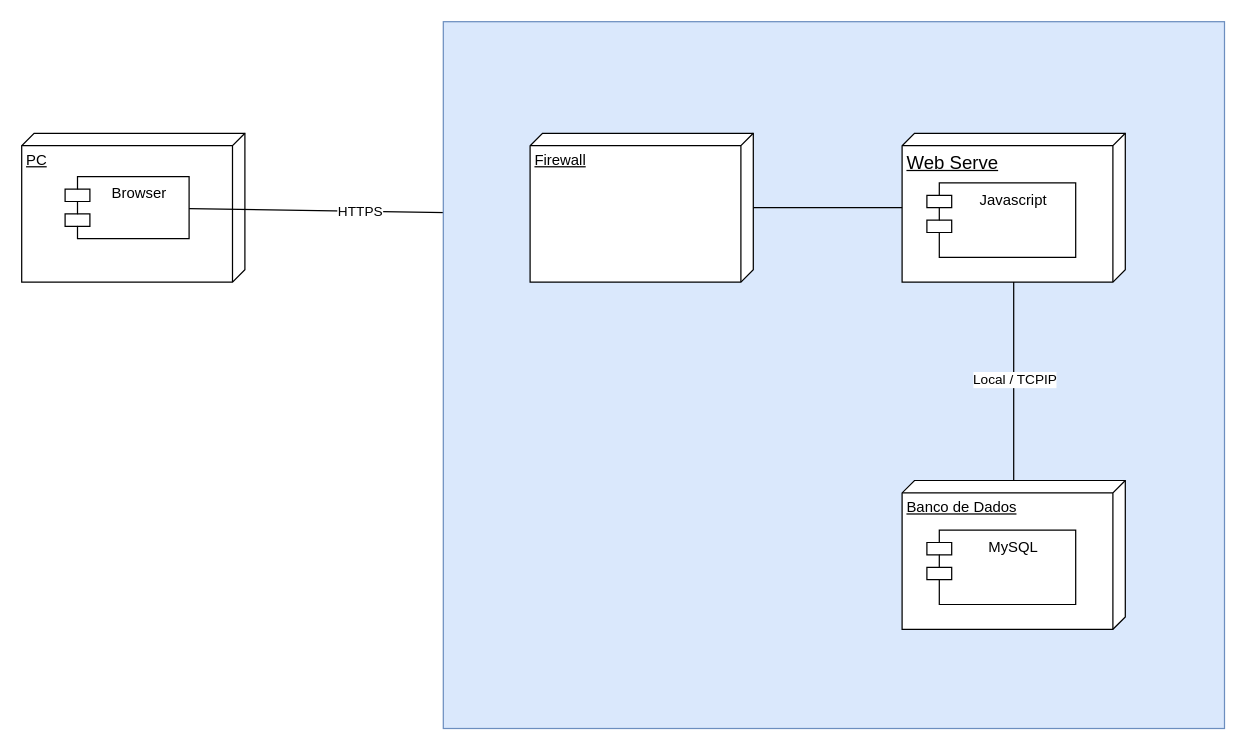
This is Implantacao.drawio from WillianDametto/PIM-Faculdade, a draw.io file, before an edit. Source tidied: cells renumbered, new cells numbered last; positions are measured from the earlier drawing's top-left corner, leaving out a move shared by most shapes. Both pictures are drawn from the tidied source at 124%, with x=0, y=0 at pixel (21, 21).
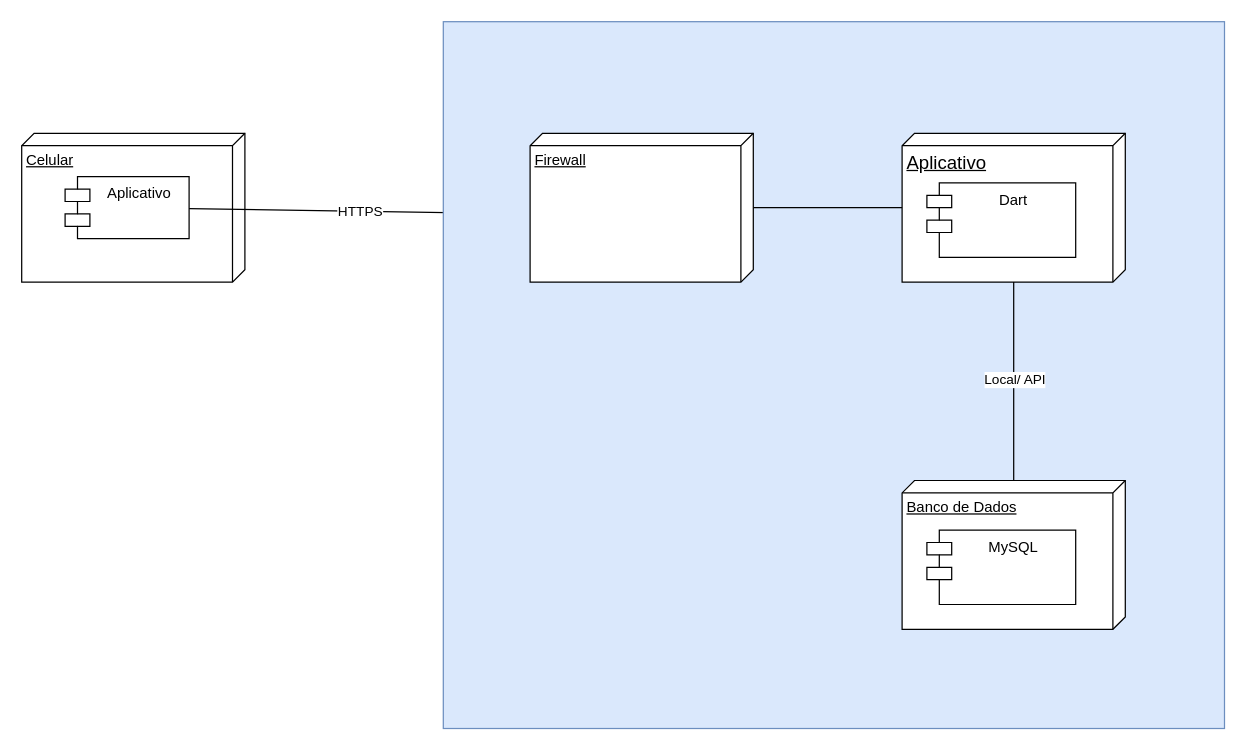
After the change.

Diff of the diagram source:
```diff
@@
 <mxGraphModel>
   <root>
     <mxCell id="0" />
     <mxCell id="1" parent="0" />
     <mxCell id="2" style="group;" parent="1" vertex="1">
       <mxGeometry y="90" width="180" height="120" as="geometry" />
     </mxCell>
-    <mxCell id="3" value="PC" style="verticalAlign=top;align=left;spacingTop=8;spacingLeft=2;spacingRight=12;shape=cube;size=10;direction=south;fontStyle=4;html=1;whiteSpace=wrap;" parent="2" vertex="1">
+    <mxCell id="3" value="Celular" style="verticalAlign=top;align=left;spacingTop=8;spacingLeft=2;spacingRight=12;shape=cube;size=10;direction=south;fontStyle=4;html=1;whiteSpace=wrap;" parent="2" vertex="1">
       <mxGeometry width="180" height="120" as="geometry" />
     </mxCell>
-    <mxCell id="4" value="Browser" style="shape=module;align=left;spacingLeft=20;align=center;verticalAlign=top;whiteSpace=wrap;html=1;" parent="2" vertex="1">
+    <mxCell id="4" value="Aplicativo" style="shape=module;align=left;spacingLeft=20;align=center;verticalAlign=top;whiteSpace=wrap;html=1;" parent="2" vertex="1">
       <mxGeometry x="35" y="35" width="100" height="50" as="geometry" />
     </mxCell>
     <mxCell id="5" style="rounded=0;jettySize=auto;html=1;entryX=0;entryY=0;entryDx=65;entryDy=180;entryPerimeter=0;endArrow=none;endFill=0;" parent="1" edge="1" source="4" target="17">
       <mxGeometry relative="1" as="geometry" />
     </mxCell>
     <mxCell id="6" value="HTTPS" style="edgeLabel;html=1;align=center;verticalAlign=middle;" parent="5" vertex="1">
       <mxGeometry relative="1" as="geometry" />
     </mxCell>
     <mxCell id="7" style="group;" parent="1" vertex="1">
       <mxGeometry x="340" width="630" height="570" as="geometry" />
     </mxCell>
     <mxCell id="8" value="&lt;div&gt;&lt;br&gt;&lt;/div&gt;&lt;div&gt;&lt;br&gt;&lt;/div&gt;" style="html=1;whiteSpace=wrap;fillColor=#dae8fc;strokeColor=#6c8ebf;" parent="7" vertex="1">
       <mxGeometry width="630" height="570" as="geometry" />
     </mxCell>
     <mxCell id="9" style="group;" parent="7" vertex="1">
       <mxGeometry x="370" y="90" width="180" height="120" as="geometry" />
     </mxCell>
-    <mxCell id="10" value="&lt;font style=&quot;font-size: 15px;&quot;&gt;Web Serve&lt;/font&gt;&lt;div&gt;&lt;span style=&quot;font-size: 15px;&quot;&gt;&lt;br&gt;&lt;/span&gt;&lt;div style=&quot;font-size: 15px;&quot;&gt;&lt;br&gt;&lt;/div&gt;&lt;/div&gt;" style="verticalAlign=top;align=left;spacingTop=8;spacingLeft=2;spacingRight=12;shape=cube;size=10;direction=south;fontStyle=4;html=1;whiteSpace=wrap;" parent="9" vertex="1">
+    <mxCell id="10" value="&lt;div&gt;&lt;div style=&quot;font-size: 15px;&quot;&gt;Aplicativo&lt;/div&gt;&lt;/div&gt;" style="verticalAlign=top;align=left;spacingTop=8;spacingLeft=2;spacingRight=12;shape=cube;size=10;direction=south;fontStyle=4;html=1;whiteSpace=wrap;" parent="9" vertex="1">
       <mxGeometry width="180" height="120" as="geometry" />
     </mxCell>
-    <mxCell id="11" value="Javascript" style="shape=module;align=left;spacingLeft=20;align=center;verticalAlign=top;whiteSpace=wrap;html=1;" parent="9" vertex="1">
+    <mxCell id="11" value="Dart" style="shape=module;align=left;spacingLeft=20;align=center;verticalAlign=top;whiteSpace=wrap;html=1;" parent="9" vertex="1">
       <mxGeometry x="20" y="40" width="120" height="60" as="geometry" />
     </mxCell>
     <mxCell id="12" style="group;" parent="7" vertex="1">
       <mxGeometry x="370" y="370" width="180" height="120" as="geometry" />
     </mxCell>
     <mxCell id="13" value="Banco de Dados" style="verticalAlign=top;align=left;spacingTop=8;spacingLeft=2;spacingRight=12;shape=cube;size=10;direction=south;fontStyle=4;html=1;whiteSpace=wrap;" parent="12" vertex="1">
       <mxGeometry width="180" height="120" as="geometry" />
     </mxCell>
     <mxCell id="14" value="MySQL" style="shape=module;align=left;spacingLeft=20;align=center;verticalAlign=top;whiteSpace=wrap;html=1;" parent="12" vertex="1">
       <mxGeometry x="20" y="40" width="120" height="60" as="geometry" />
     </mxCell>
     <mxCell id="15" style="edgeStyle=orthogonalEdgeStyle;rounded=0;jettySize=auto;html=1;endArrow=none;endFill=0;" parent="7" edge="1" source="10" target="13">
       <mxGeometry relative="1" as="geometry" />
     </mxCell>
-    <mxCell id="16" value="Local / TCPIP" style="edgeLabel;html=1;align=center;verticalAlign=middle;" parent="15" vertex="1">
+    <mxCell id="16" value="Local/ API" style="edgeLabel;html=1;align=center;verticalAlign=middle;" parent="15" vertex="1">
       <mxGeometry x="-0.02" relative="1" as="geometry" />
     </mxCell>
     <mxCell id="17" value="Firewall" style="verticalAlign=top;align=left;spacingTop=8;spacingLeft=2;spacingRight=12;shape=cube;size=10;direction=south;fontStyle=4;html=1;whiteSpace=wrap;" parent="7" vertex="1">
       <mxGeometry x="70" y="90" width="180" height="120" as="geometry" />
     </mxCell>
     <mxCell id="18" style="edgeStyle=orthogonalEdgeStyle;rounded=0;jettySize=auto;html=1;endArrow=none;endFill=0;" parent="7" edge="1" source="10" target="17">
       <mxGeometry relative="1" as="geometry" />
     </mxCell>
   </root>
 </mxGraphModel>
```
